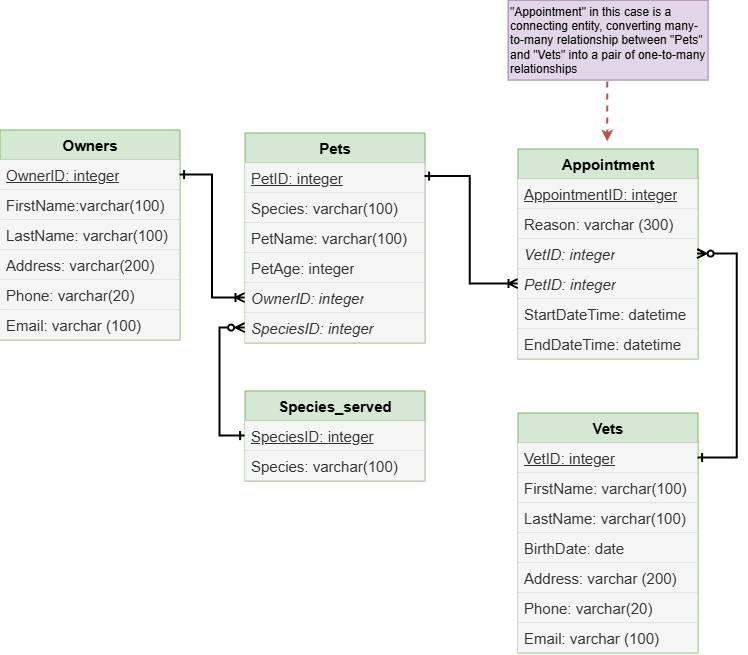
Above: DBModeling_homework2/ER_diagram.png in yliyaa09102007-oss/inno-de-lab-aug-2026_Yuliya_Kozhemyakina- (draw.io), before the change. Source tidied: cells renumbered, new cells last; positions are measured from the earlier drawing's top-left corner, leaving out a move shared by most shapes.
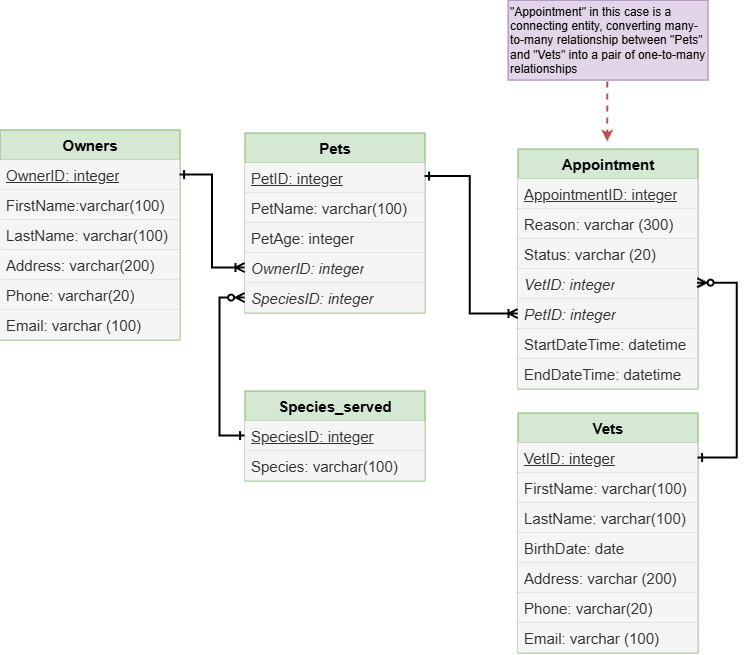
Above is the later version.

Diff of the diagram source:
```diff
@@ -24,25 +24,22 @@
       <mxGeometry y="180" width="180" height="30" as="geometry" />
     </mxCell>
     <mxCell id="9" value="&lt;font style=&quot;font-size: 15px;&quot;&gt;&lt;b&gt;Pets&lt;/b&gt;&lt;/font&gt;" style="swimlane;fontStyle=0;horizontal=1;startSize=30;whiteSpace=wrap;html=1;fillColor=#d5e8d4;strokeColor=#82b366;strokeWidth=1;swimlaneFillColor=none;" parent="1" vertex="1">
-      <mxGeometry x="245" y="133" width="180" height="210" as="geometry" />
+      <mxGeometry x="245" y="133" width="180" height="180" as="geometry" />
     </mxCell>
     <mxCell id="10" value="&lt;font style=&quot;font-size: 15px;&quot;&gt;&lt;u&gt;PetID: integer&lt;/u&gt;&lt;/font&gt;" style="text;strokeColor=#666666;fillColor=#f5f5f5;align=left;verticalAlign=middle;spacingLeft=4;spacingRight=4;overflow=hidden;whiteSpace=wrap;html=1;fontColor=#333333;strokeWidth=0;" parent="9" vertex="1">
       <mxGeometry y="30" width="180" height="30" as="geometry" />
     </mxCell>
-    <mxCell id="11" value="&lt;font style=&quot;font-size: 15px;&quot;&gt;Species: varchar(100)&lt;/font&gt;" style="text;align=left;verticalAlign=middle;spacingLeft=4;spacingRight=4;overflow=hidden;whiteSpace=wrap;html=1;fillColor=#f5f5f5;strokeColor=#666666;fontColor=#333333;strokeWidth=0;" parent="9" vertex="1">
-      <mxGeometry y="60" width="180" height="30" as="geometry" />
-    </mxCell>
     <mxCell id="12" value="&lt;font style=&quot;font-size: 15px;&quot;&gt;PetName: varchar(100)&lt;/font&gt;" style="text;strokeColor=#666666;fillColor=#f5f5f5;align=left;verticalAlign=middle;spacingLeft=4;spacingRight=4;overflow=hidden;whiteSpace=wrap;html=1;fontColor=#333333;strokeWidth=0;" parent="9" vertex="1">
-      <mxGeometry y="90" width="180" height="30" as="geometry" />
+      <mxGeometry y="60" width="180" height="30" as="geometry" />
     </mxCell>
     <mxCell id="13" value="&lt;font style=&quot;font-size: 15px;&quot;&gt;PetAge: integer&lt;/font&gt;" style="text;strokeColor=#666666;fillColor=#f5f5f5;align=left;verticalAlign=middle;spacingLeft=4;spacingRight=4;overflow=hidden;whiteSpace=wrap;html=1;fontColor=#333333;strokeWidth=0;" parent="9" vertex="1">
-      <mxGeometry y="120" width="180" height="30" as="geometry" />
+      <mxGeometry y="90" width="180" height="30" as="geometry" />
     </mxCell>
     <mxCell id="14" value="&lt;font style=&quot;font-size: 15px;&quot;&gt;&lt;i&gt;OwnerID: integer&lt;/i&gt;&lt;/font&gt;" style="text;strokeColor=#666666;fillColor=#f5f5f5;align=left;verticalAlign=middle;spacingLeft=4;spacingRight=4;overflow=hidden;points=[[0,0.5],[1,0.5]];portConstraint=eastwest;whiteSpace=wrap;html=1;fontColor=#333333;strokeWidth=0;" parent="9" vertex="1">
-      <mxGeometry y="150" width="180" height="30" as="geometry" />
+      <mxGeometry y="120" width="180" height="30" as="geometry" />
     </mxCell>
     <mxCell id="15" value="&lt;font style=&quot;font-size: 15px;&quot;&gt;&lt;i&gt;SpeciesID: integer&lt;/i&gt;&lt;/font&gt;" style="text;strokeColor=#666666;fillColor=#f5f5f5;align=left;verticalAlign=middle;spacingLeft=4;spacingRight=4;overflow=hidden;points=[[0,0.5],[1,0.5]];portConstraint=eastwest;whiteSpace=wrap;html=1;fontColor=#333333;strokeWidth=0;" parent="9" vertex="1">
-      <mxGeometry y="180" width="180" height="30" as="geometry" />
+      <mxGeometry y="150" width="180" height="30" as="geometry" />
     </mxCell>
     <mxCell id="16" value="&lt;font style=&quot;font-size: 15px;&quot;&gt;&lt;b&gt;Vets&lt;/b&gt;&lt;/font&gt;" style="swimlane;fontStyle=0;horizontal=1;startSize=30;whiteSpace=wrap;html=1;fillColor=#d5e8d4;strokeColor=#82b366;strokeWidth=1;swimlaneFillColor=none;" parent="1" vertex="1">
       <mxGeometry x="518" y="413" width="180" height="240" as="geometry" />
@@ -69,7 +66,7 @@
       <mxGeometry y="210" width="180" height="30" as="geometry" />
     </mxCell>
     <mxCell id="24" value="&lt;font style=&quot;font-size: 15px;&quot;&gt;&lt;b&gt;Appointment&lt;/b&gt;&lt;/font&gt;" style="swimlane;fontStyle=0;horizontal=1;startSize=30;whiteSpace=wrap;html=1;fillColor=#d5e8d4;strokeColor=#82b366;strokeWidth=1;swimlaneFillColor=none;" parent="1" vertex="1">
-      <mxGeometry x="518" y="149" width="180" height="210" as="geometry" />
+      <mxGeometry x="518" y="149" width="180" height="240" as="geometry" />
     </mxCell>
     <mxCell id="25" value="&lt;font style=&quot;font-size: 15px;&quot;&gt;&lt;u&gt;AppointmentID: integer&lt;/u&gt;&lt;/font&gt;" style="text;strokeColor=#666666;fillColor=#f5f5f5;align=left;verticalAlign=middle;spacingLeft=4;spacingRight=4;overflow=hidden;whiteSpace=wrap;html=1;fontColor=#333333;strokeWidth=0;" parent="24" vertex="1">
       <mxGeometry y="30" width="180" height="30" as="geometry" />
@@ -77,17 +74,20 @@
     <mxCell id="26" value="&lt;font style=&quot;font-size: 15px;&quot;&gt;Reason: varchar (300)&lt;/font&gt;" style="text;strokeColor=#666666;fillColor=#f5f5f5;align=left;verticalAlign=middle;spacingLeft=4;spacingRight=4;overflow=hidden;whiteSpace=wrap;html=1;fontColor=#333333;strokeWidth=0;" parent="24" vertex="1">
       <mxGeometry y="60" width="180" height="30" as="geometry" />
     </mxCell>
+    <mxCell id="40" value="&lt;font style=&quot;font-size: 15px;&quot;&gt;Status: varchar (20)&lt;/font&gt;" style="text;strokeColor=#666666;fillColor=#f5f5f5;align=left;verticalAlign=middle;spacingLeft=4;spacingRight=4;overflow=hidden;whiteSpace=wrap;html=1;fontColor=#333333;strokeWidth=0;" parent="24" vertex="1">
+      <mxGeometry y="90" width="180" height="30" as="geometry" />
+    </mxCell>
     <mxCell id="27" value="&lt;font style=&quot;font-size: 15px;&quot;&gt;&lt;i&gt;VetID: integer&lt;/i&gt;&lt;/font&gt;" style="text;align=left;verticalAlign=middle;spacingLeft=4;spacingRight=4;overflow=hidden;points=[[0,0.5],[1,0.5]];portConstraint=eastwest;whiteSpace=wrap;html=1;fillColor=#f5f5f5;strokeColor=#666666;fontColor=#333333;strokeWidth=0;" parent="24" vertex="1">
-      <mxGeometry y="90" width="180" height="30" as="geometry" />
+      <mxGeometry y="120" width="180" height="30" as="geometry" />
     </mxCell>
     <mxCell id="28" value="&lt;span style=&quot;font-size: 15px;&quot;&gt;&lt;i&gt;PetID: integer&lt;/i&gt;&lt;/span&gt;" style="text;strokeColor=#666666;fillColor=#f5f5f5;align=left;verticalAlign=middle;spacingLeft=4;spacingRight=4;overflow=hidden;points=[[0,0.5],[1,0.5]];portConstraint=eastwest;whiteSpace=wrap;html=1;fontColor=#333333;strokeWidth=0;" parent="24" vertex="1">
-      <mxGeometry y="120" width="180" height="30" as="geometry" />
+      <mxGeometry y="150" width="180" height="30" as="geometry" />
     </mxCell>
     <mxCell id="29" value="&lt;font style=&quot;font-size: 15px;&quot;&gt;StartDateTime: datetime&lt;/font&gt;" style="text;strokeColor=#666666;fillColor=#f5f5f5;align=left;verticalAlign=middle;spacingLeft=4;spacingRight=4;overflow=hidden;whiteSpace=wrap;html=1;fontColor=#333333;strokeWidth=0;" parent="24" vertex="1">
-      <mxGeometry y="150" width="180" height="30" as="geometry" />
+      <mxGeometry y="180" width="180" height="30" as="geometry" />
     </mxCell>
     <mxCell id="30" value="&lt;span style=&quot;font-size: 15px;&quot;&gt;EndDateTime: datetime&lt;/span&gt;" style="text;strokeColor=#666666;fillColor=#f5f5f5;align=left;verticalAlign=middle;spacingLeft=4;spacingRight=4;overflow=hidden;whiteSpace=wrap;html=1;fontColor=#333333;strokeWidth=0;" parent="24" vertex="1">
-      <mxGeometry y="180" width="180" height="30" as="geometry" />
+      <mxGeometry y="210" width="180" height="30" as="geometry" />
     </mxCell>
     <mxCell id="31" style="endArrow=classic;html=1;rounded=0;fillColor=#f8cecc;strokeColor=#b85450;strokeWidth=2;dashed=1;" parent="1" edge="1">
       <mxGeometry relative="1" as="geometry">
@@ -115,7 +115,7 @@
         <mxPoint x="425" y="176.5" as="sourcePoint" />
         <Array as="points">
           <mxPoint x="470.2" y="176.5" />
-          <mxPoint x="470.2" y="284" />
+          <mxPoint x="470.2" y="314" />
         </Array>
       </mxGeometry>
     </mxCell>
@@ -123,8 +123,7 @@
       <mxGeometry relative="1" as="geometry">
         <Array as="points">
           <mxPoint x="737.1" y="458" />
-          <mxPoint x="737.1" y="254" />
-          <mxPoint x="697.5" y="254" />
+          <mxPoint x="737.1" y="283.1" />
         </Array>
       </mxGeometry>
     </mxCell>
@@ -132,7 +131,7 @@
       <mxGeometry relative="1" as="geometry">
         <Array as="points">
           <mxPoint x="219.9" y="436" />
-          <mxPoint x="219.9" y="328" />
+          <mxPoint x="219.9" y="298" />
         </Array>
       </mxGeometry>
     </mxCell>
```
